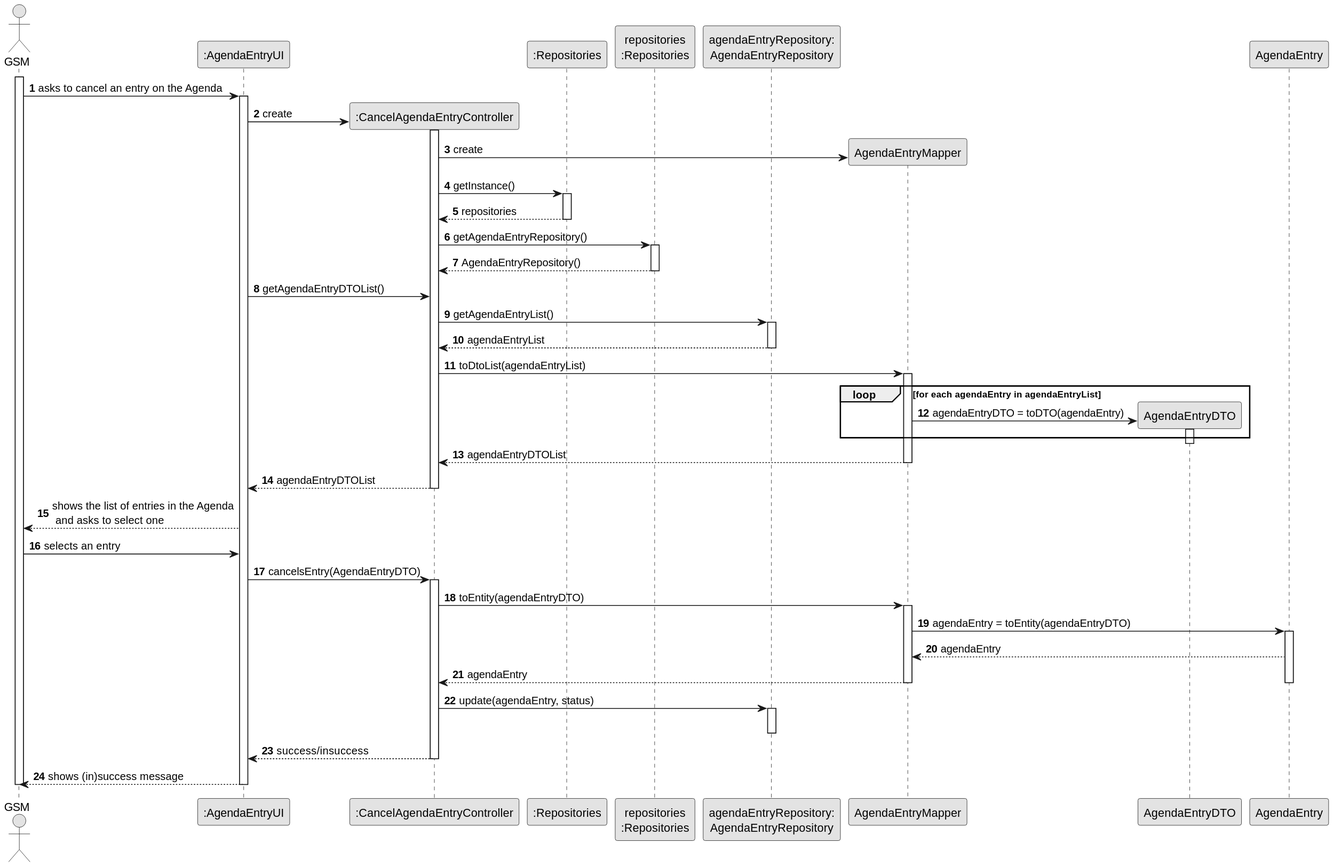
The PlantUML diagram docs/sprintC/us025/03.design/svg/us025-sequence-diagram-full.svg in Departamento-de-Engenharia-Informatica/lei-24-s2-1do-g164, before a commit.
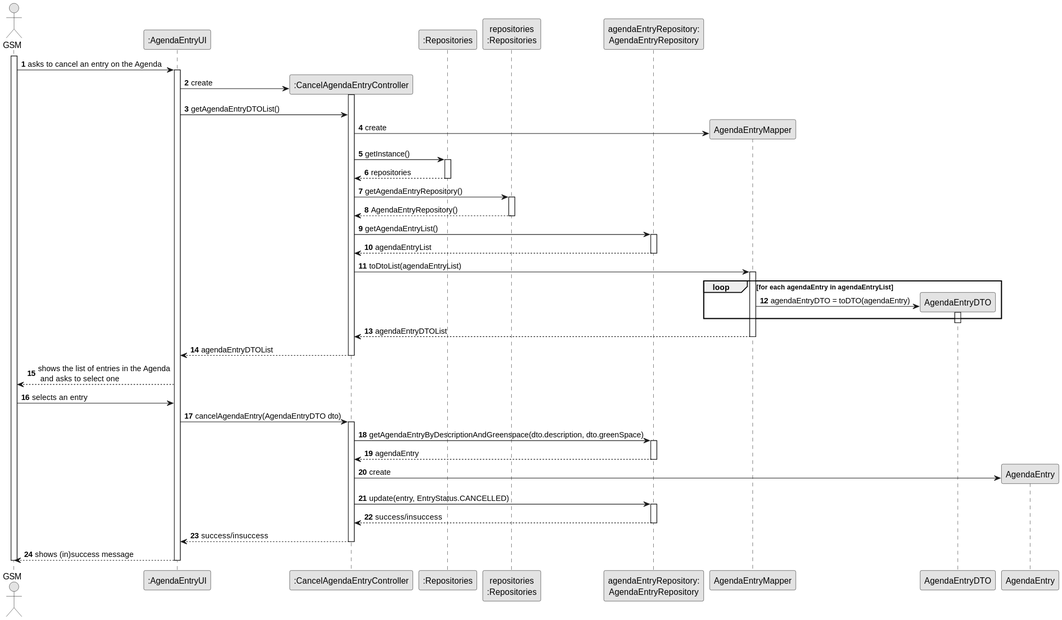
Above is the later version.

Commit message:
us23(docs/implementation): change of methods, update of sd and class diagram (still missing interface and implementation of teamDTO)

Change to the diagram source:
```diff
@@ -24,7 +24,13 @@
 
                 UI -> CTRL** : create
                 activate CTRL
+
+                 UI-> CTRL: getAgendaEntryDTOList()
+
                 CTRL-> "AgendaEntryMapper"** : create
+
+
+
 
 
 
@@ -40,8 +46,6 @@
 
                     PLAT --> CTRL: AgendaEntryRepository()
                 deactivate PLAT
-
-                UI-> CTRL: getAgendaEntryDTOList()
 
 
                 CTRL -> Repo : getAgendaEntryList()
@@ -76,25 +80,23 @@
 
                  GSM-> UI: selects an entry
 
-                 UI-> CTRL: cancelsEntry(AgendaEntryDTO)
+                UI-> CTRL: cancelAgendaEntry(AgendaEntryDTO dto)
                 activate CTRL
-                CTRL-> "AgendaEntryMapper":toEntity(agendaEntryDTO)
-                activate "AgendaEntryMapper"
-                 "AgendaEntryMapper" -> "AgendaEntry": agendaEntry = toEntity(agendaEntryDTO)
-                 activate "AgendaEntry"
-                 AgendaEntry-->"AgendaEntryMapper": agendaEntry
+
+                CTRL-> Repo: getAgendaEntryByDescriptionAndGreenspace(dto.description, dto.greenSpace)
+                activate Repo
+                Repo-->CTRL: agendaEntry
+                deactivate Repo
+                CTRL-> "AgendaEntry"**: create
+
+
+                CTRL-> Repo: update(entry, EntryStatus.CANCELLED)
+                activate Repo
+                Repo-->CTRL: success/insuccess
 
 
 
-
-                "AgendaEntryMapper"-->CTRL: agendaEntry
-                deactivate "AgendaEntry"
-                deactivate "AgendaEntryMapper"
-
-                CTRL-> Repo: update(agendaEntry, status)
-
-                activate Repo
-                deactivate "AgendaEntry"
+               deactivate "AgendaEntry"
               deactivate Repo
 
                 CTRL --> UI : success/insuccess
```
